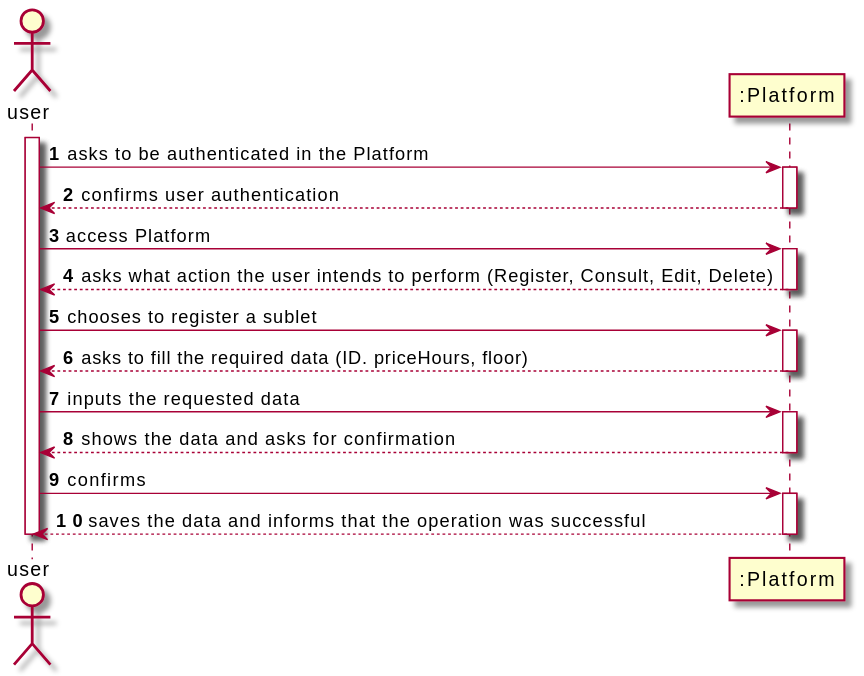
UPskillDOTNET/Inglorious-Developers keeps this PlantUML diagram as Documentation/UC4/UC4_SSD.svg. Above is the earlier version. Its diagram source:
```plantuml
@startuml
autonumber
actor "user" as USER

activate USER
USER -> ":Platform" : asks to be authenticated in the Platform
activate ":Platform"
":Platform" --> USER : confirms user authentication
deactivate ":Platform"

USER -> ":Platform" : access Platform
activate ":Platform"

":Platform" --> USER : asks what action the user intends to perform (Register, Consult, Edit, Delete)
deactivate ":Platform"

USER -> ":Platform" : chooses to register a sublet
activate ":Platform"
":Platform" --> USER :  asks to fill the required data (ID. priceHours, floor)
deactivate ":Platform"

USER -> ":Platform" : inputs the requested data
activate ":Platform"
":Platform" --> USER :  shows the data and asks for confirmation
deactivate ":Platform"

USER -> ":Platform" : confirms
activate ":Platform"
":Platform" --> USER :  saves the data and informs that the operation was successful
deactivate ":Platform"

deactivate USER
@enduml
```
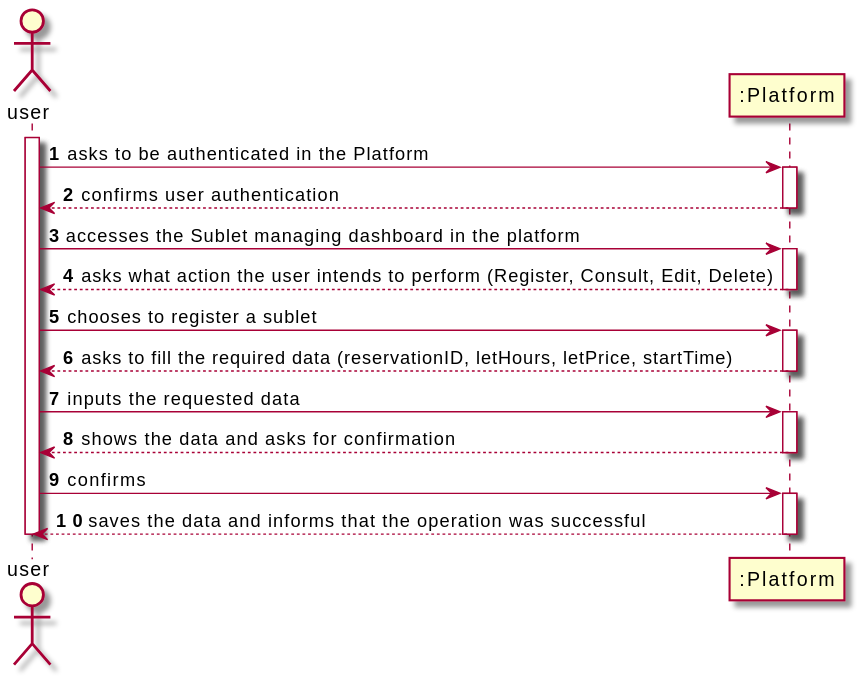
The same file after the commit.

Diff of the diagram source:
```diff
@@ -8,7 +8,7 @@
 ":Platform" --> USER : confirms user authentication
 deactivate ":Platform"
 
-USER -> ":Platform" : access Platform
+USER -> ":Platform" : accesses the Sublet managing dashboard in the platform
 activate ":Platform"
 
 ":Platform" --> USER : asks what action the user intends to perform (Register, Consult, Edit, Delete)
@@ -16,7 +16,7 @@
 
 USER -> ":Platform" : chooses to register a sublet
 activate ":Platform"
-":Platform" --> USER :  asks to fill the required data (ID. priceHours, floor)
+":Platform" --> USER :  asks to fill the required data (reservationID, letHours, letPrice, startTime)
 deactivate ":Platform"
 
 USER -> ":Platform" : inputs the requested data
```
